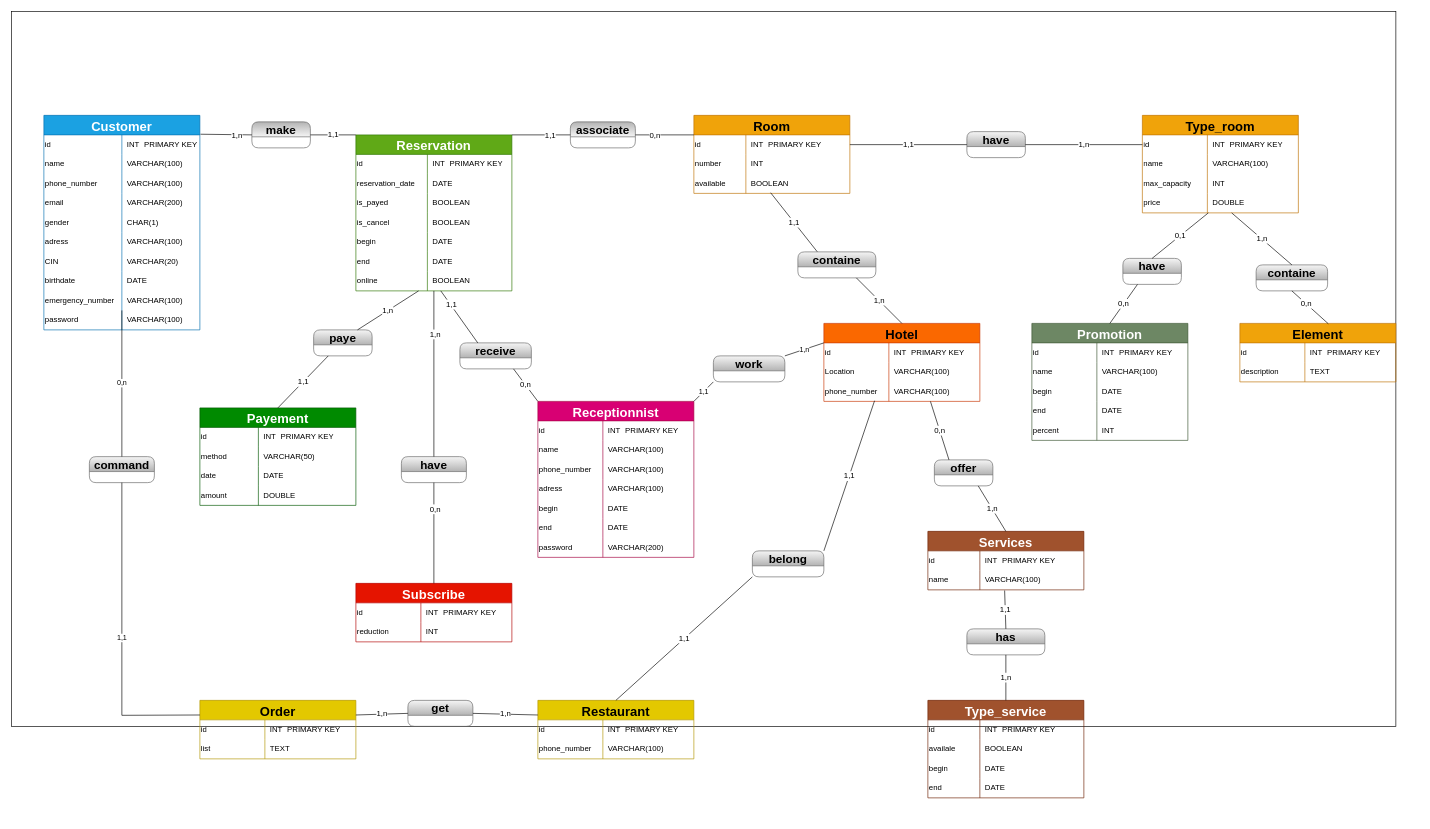
This is image/MCD.drawio from Harenabs21/Hotel-Database-Project, a draw.io file, before an edit. Source tidied: cells renumbered, new cells numbered last; positions are measured from the earlier drawing's top-left corner, leaving out a move shared by most shapes. Both pictures are drawn from the tidied source at 65%, with x=0, y=0 at pixel (11, 11).
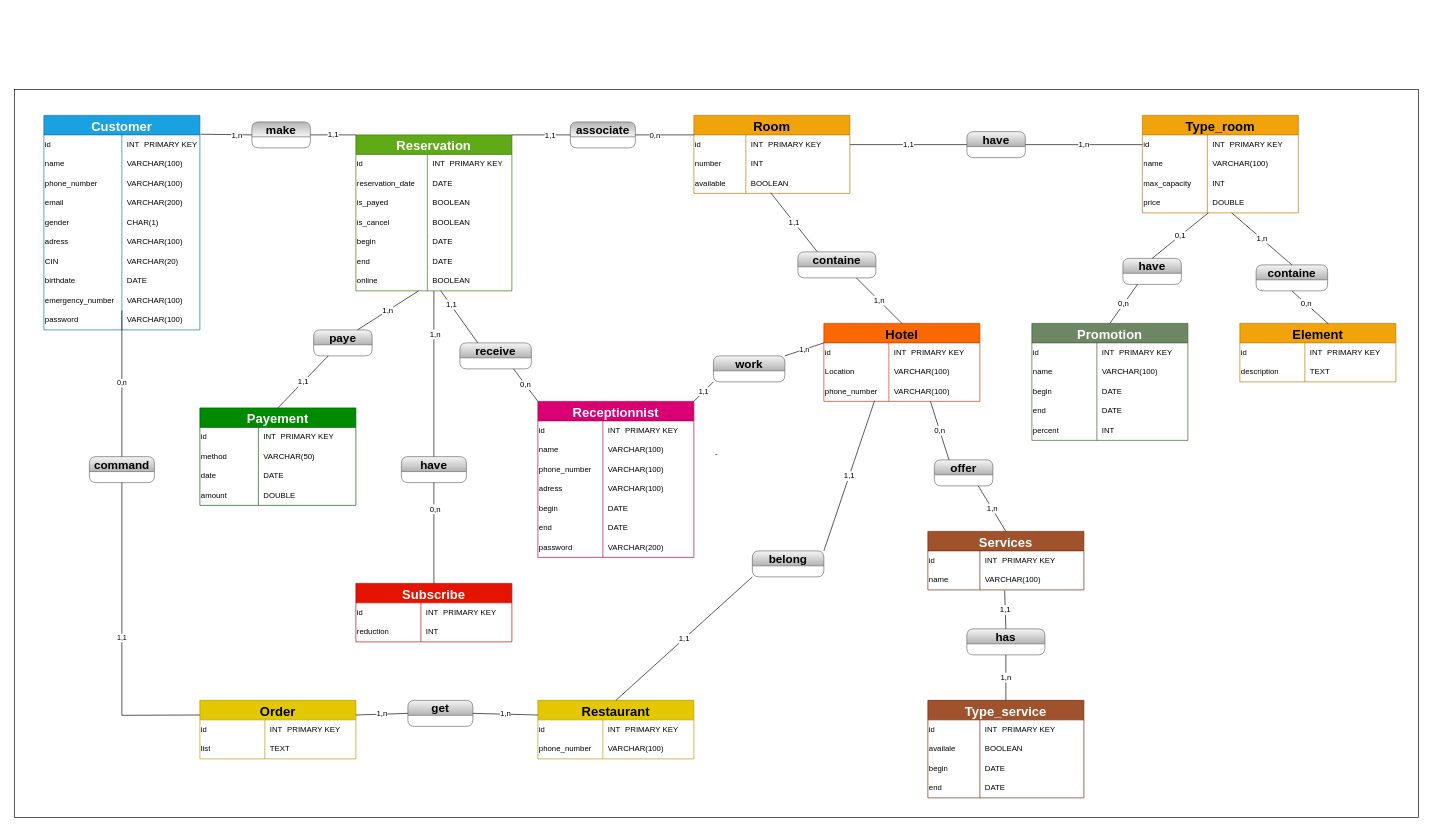
Above is the later version.

Diff of the diagram source:
```diff
@@
-<mxGraphModel>
+<mxGraphModel background="#ffffff">
@@
-    <mxCell id="2" style="rounded=0;whiteSpace=wrap;html=1;fillColor=none;" parent="1" vertex="1">
-      <mxGeometry width="2130" height="1100" as="geometry" />
+    <mxCell id="2" value="-" style="rounded=0;whiteSpace=wrap;html=1;fillColor=none;" parent="1" vertex="1">
+      <mxGeometry x="5" y="120" width="2160" height="1120" as="geometry" />
     </mxCell>
```
